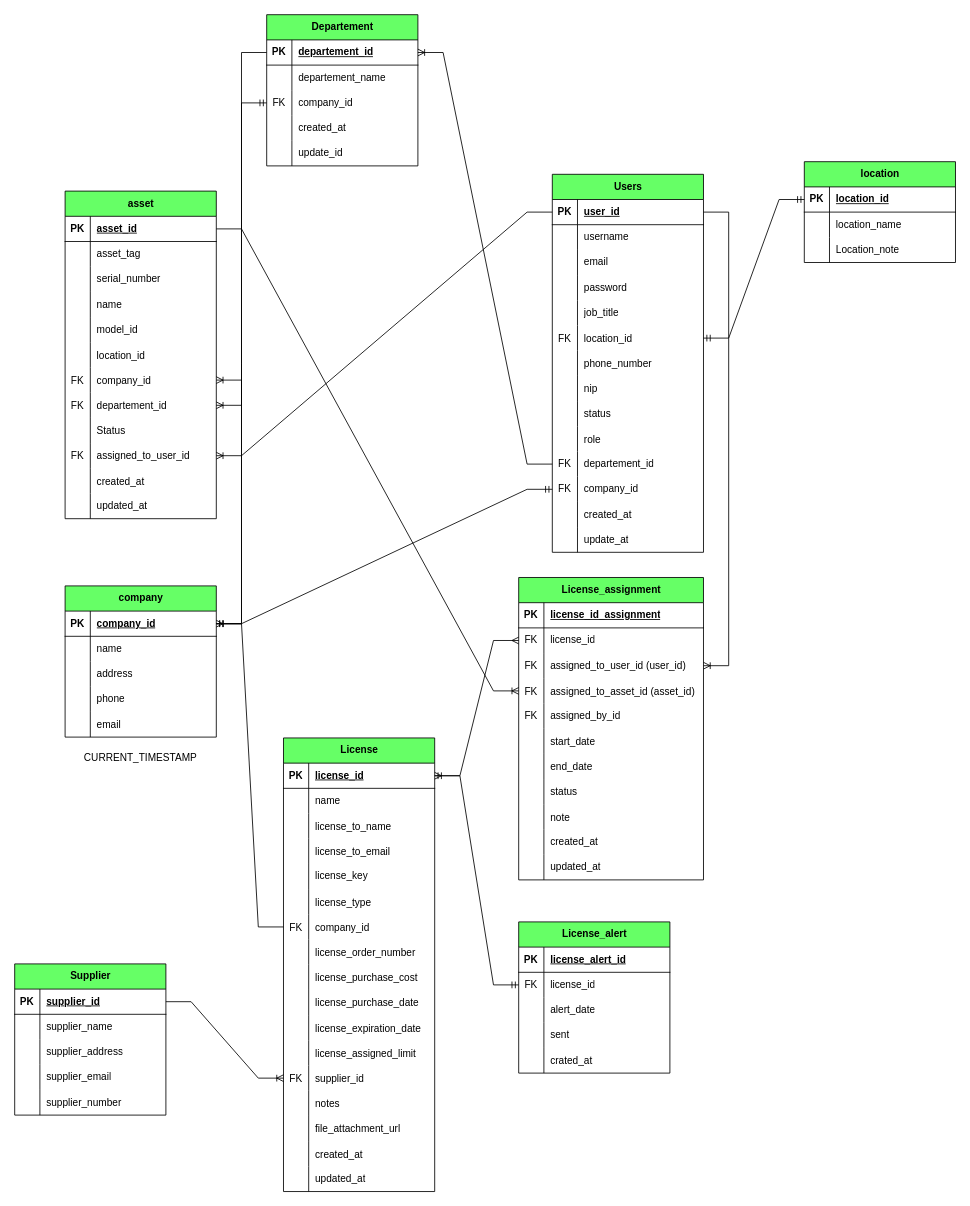
The draw.io diagram pooling.drawio in ukisatriana/Flow-serv, before the edit. Source tidied: cells renumbered, new cells numbered last; positions are measured from the earlier drawing's top-left corner, leaving out a move shared by most shapes. Both pictures are drawn from the tidied source at 84%, with x=0, y=0 at pixel (14, 14).
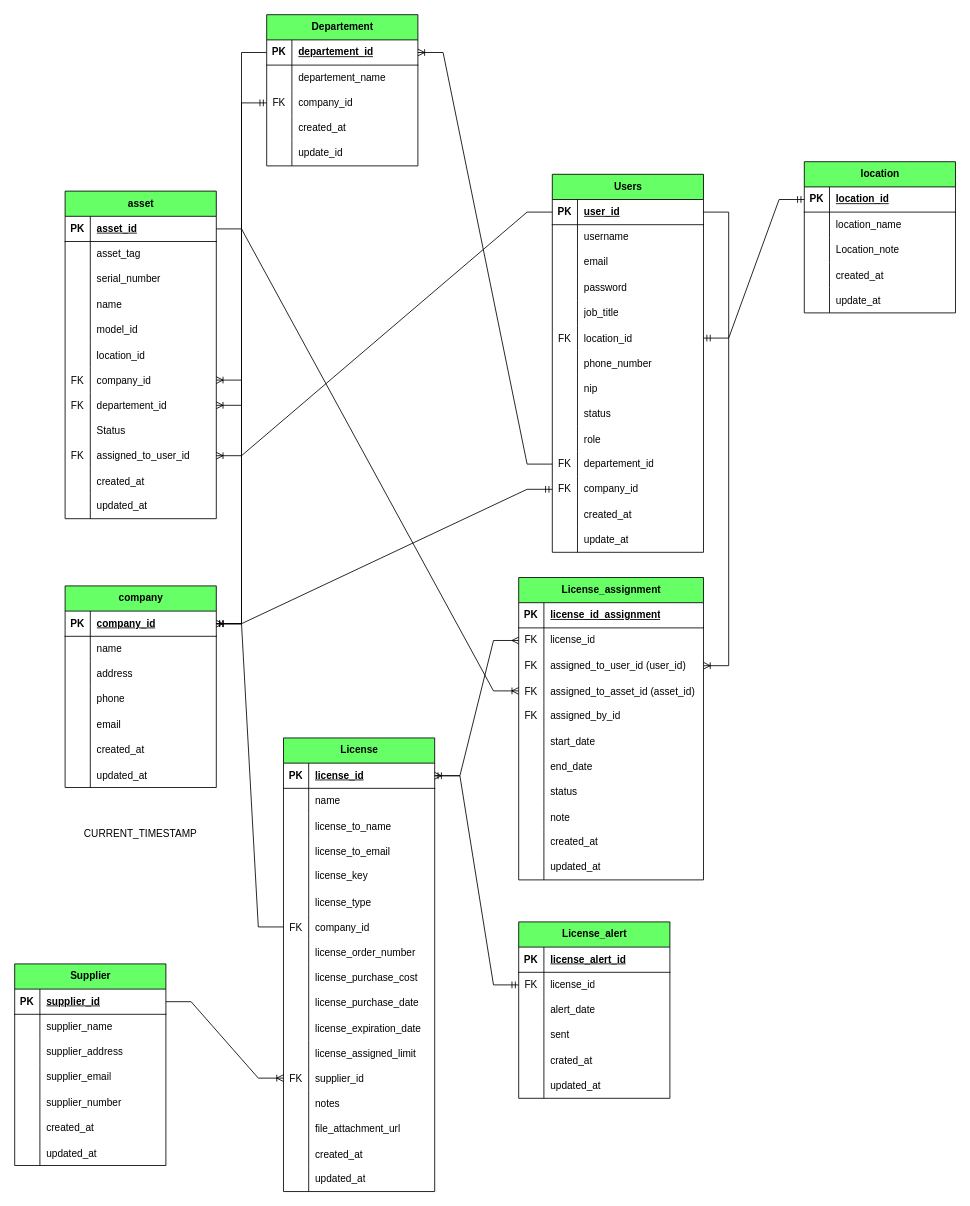
The same page after the edit.

What changed in the source:
```diff
@@
     <mxCell id="61" value="company" style="shape=table;startSize=30;childLayout=tableLayout;rowLines=0;fontStyle=1;align=center;html=1;fillColor=#66FF66;" parent="1" vertex="1">
-      <mxGeometry x="60" y="680" width="180" height="180" as="geometry" />
+      <mxGeometry x="60" y="680" width="180" height="240" as="geometry" />
     </mxCell>
@@
+    <mxCell id="256" style="shape=tableRow;horizontal=0;startSize=0;swimlaneHead=0;swimlaneBody=0;fillColor=none;top=0;left=0;right=0;bottom=0;" parent="61" vertex="1">
+      <mxGeometry y="180" width="180" height="30" as="geometry" />
+    </mxCell>
+    <mxCell id="257" style="shape=partialRectangle;fillColor=none;top=0;left=0;bottom=0;right=0;overflow=hidden;" parent="256" vertex="1">
+      <mxGeometry width="30" height="30" as="geometry" />
+    </mxCell>
+    <mxCell id="258" value="created_at" style="shape=partialRectangle;fillColor=none;top=0;left=0;bottom=0;right=0;align=left;spacingLeft=6;overflow=hidden;" parent="256" vertex="1">
+      <mxGeometry x="30" width="150" height="30" as="geometry" />
+    </mxCell>
+    <mxCell id="259" style="shape=tableRow;horizontal=0;startSize=0;swimlaneHead=0;swimlaneBody=0;fillColor=none;top=0;left=0;right=0;bottom=0;" parent="61" vertex="1">
+      <mxGeometry y="210" width="180" height="30" as="geometry" />
+    </mxCell>
+    <mxCell id="260" style="shape=partialRectangle;fillColor=none;top=0;left=0;bottom=0;right=0;overflow=hidden;" parent="259" vertex="1">
+      <mxGeometry width="30" height="30" as="geometry" />
+    </mxCell>
+    <mxCell id="261" value="updated_at" style="shape=partialRectangle;fillColor=none;top=0;left=0;bottom=0;right=0;align=left;spacingLeft=6;overflow=hidden;" parent="259" vertex="1">
+      <mxGeometry x="30" width="150" height="30" as="geometry" />
+    </mxCell>
@@
     <mxCell id="200" value="License_alert" style="shape=table;startSize=30;childLayout=tableLayout;rowLines=0;fontStyle=1;align=center;html=1;fillColor=#66FF66;" parent="1" vertex="1">
-      <mxGeometry x="600" y="1080" width="180" height="180" as="geometry" />
+      <mxGeometry x="600" y="1080" width="180" height="210" as="geometry" />
     </mxCell>
@@
+    <mxCell id="262" style="shape=tableRow;horizontal=0;startSize=0;swimlaneHead=0;swimlaneBody=0;fillColor=none;top=0;left=0;right=0;bottom=0;" parent="200" vertex="1">
+      <mxGeometry y="180" width="180" height="30" as="geometry" />
+    </mxCell>
+    <mxCell id="263" style="shape=partialRectangle;fillColor=none;top=0;left=0;bottom=0;right=0;overflow=hidden;" parent="262" vertex="1">
+      <mxGeometry width="30" height="30" as="geometry" />
+    </mxCell>
+    <mxCell id="264" value="updated_at" style="shape=partialRectangle;fillColor=none;top=0;left=0;bottom=0;right=0;align=left;spacingLeft=6;overflow=hidden;" parent="262" vertex="1">
+      <mxGeometry x="30" width="150" height="30" as="geometry" />
+    </mxCell>
@@
     <mxCell id="227" value="CURRENT_TIMESTAMP" style="text;html=1;align=center;verticalAlign=middle;whiteSpace=wrap;rounded=0;" parent="1" vertex="1">
-      <mxGeometry x="120" y="870" width="60" height="30" as="geometry" />
+      <mxGeometry x="120" y="960" width="60" height="30" as="geometry" />
     </mxCell>
     <mxCell id="228" value="Supplier" style="shape=table;startSize=30;childLayout=tableLayout;rowLines=0;fontStyle=1;align=center;html=1;fillColor=#66FF66;" parent="1" vertex="1">
-      <mxGeometry y="1130" width="180" height="180" as="geometry" />
+      <mxGeometry y="1130" width="180" height="240" as="geometry" />
     </mxCell>
@@
+    <mxCell id="265" style="shape=tableRow;horizontal=0;startSize=0;swimlaneHead=0;swimlaneBody=0;fillColor=none;top=0;left=0;right=0;bottom=0;" parent="228" vertex="1">
+      <mxGeometry y="180" width="180" height="30" as="geometry" />
+    </mxCell>
+    <mxCell id="266" style="shape=partialRectangle;fillColor=none;top=0;left=0;bottom=0;right=0;overflow=hidden;" parent="265" vertex="1">
+      <mxGeometry width="30" height="30" as="geometry" />
+    </mxCell>
+    <mxCell id="267" value="created_at" style="shape=partialRectangle;fillColor=none;top=0;left=0;bottom=0;right=0;align=left;spacingLeft=6;overflow=hidden;" parent="265" vertex="1">
+      <mxGeometry x="30" width="150" height="30" as="geometry" />
+    </mxCell>
+    <mxCell id="268" style="shape=tableRow;horizontal=0;startSize=0;swimlaneHead=0;swimlaneBody=0;fillColor=none;top=0;left=0;right=0;bottom=0;" parent="228" vertex="1">
+      <mxGeometry y="210" width="180" height="30" as="geometry" />
+    </mxCell>
+    <mxCell id="269" style="shape=partialRectangle;fillColor=none;top=0;left=0;bottom=0;right=0;overflow=hidden;" parent="268" vertex="1">
+      <mxGeometry width="30" height="30" as="geometry" />
+    </mxCell>
+    <mxCell id="270" value="updated_at" style="shape=partialRectangle;fillColor=none;top=0;left=0;bottom=0;right=0;align=left;spacingLeft=6;overflow=hidden;" parent="268" vertex="1">
+      <mxGeometry x="30" width="150" height="30" as="geometry" />
+    </mxCell>
@@
     <mxCell id="245" value="location" style="shape=table;startSize=30;childLayout=tableLayout;rowLines=0;fontStyle=1;align=center;html=1;fillColor=#66FF66;" parent="1" vertex="1">
-      <mxGeometry x="940" y="175" width="180" height="120" as="geometry" />
+      <mxGeometry x="940" y="175" width="180" height="180" as="geometry" />
     </mxCell>
@@
+    <mxCell id="271" style="shape=tableRow;horizontal=0;startSize=0;swimlaneHead=0;swimlaneBody=0;fillColor=none;top=0;left=0;right=0;bottom=0;" parent="245" vertex="1">
+      <mxGeometry y="120" width="180" height="30" as="geometry" />
+    </mxCell>
+    <mxCell id="272" style="shape=partialRectangle;fillColor=none;top=0;left=0;bottom=0;right=0;overflow=hidden;" parent="271" vertex="1">
+      <mxGeometry width="30" height="30" as="geometry" />
+    </mxCell>
+    <mxCell id="273" value="created_at" style="shape=partialRectangle;fillColor=none;top=0;left=0;bottom=0;right=0;align=left;spacingLeft=6;overflow=hidden;" parent="271" vertex="1">
+      <mxGeometry x="30" width="150" height="30" as="geometry" />
+    </mxCell>
+    <mxCell id="274" style="shape=tableRow;horizontal=0;startSize=0;swimlaneHead=0;swimlaneBody=0;fillColor=none;top=0;left=0;right=0;bottom=0;" parent="245" vertex="1">
+      <mxGeometry y="150" width="180" height="30" as="geometry" />
+    </mxCell>
+    <mxCell id="275" style="shape=partialRectangle;fillColor=none;top=0;left=0;bottom=0;right=0;overflow=hidden;" parent="274" vertex="1">
+      <mxGeometry width="30" height="30" as="geometry" />
+    </mxCell>
+    <mxCell id="276" value="update_at" style="shape=partialRectangle;fillColor=none;top=0;left=0;bottom=0;right=0;align=left;spacingLeft=6;overflow=hidden;" parent="274" vertex="1">
+      <mxGeometry x="30" width="150" height="30" as="geometry" />
+    </mxCell>
```
